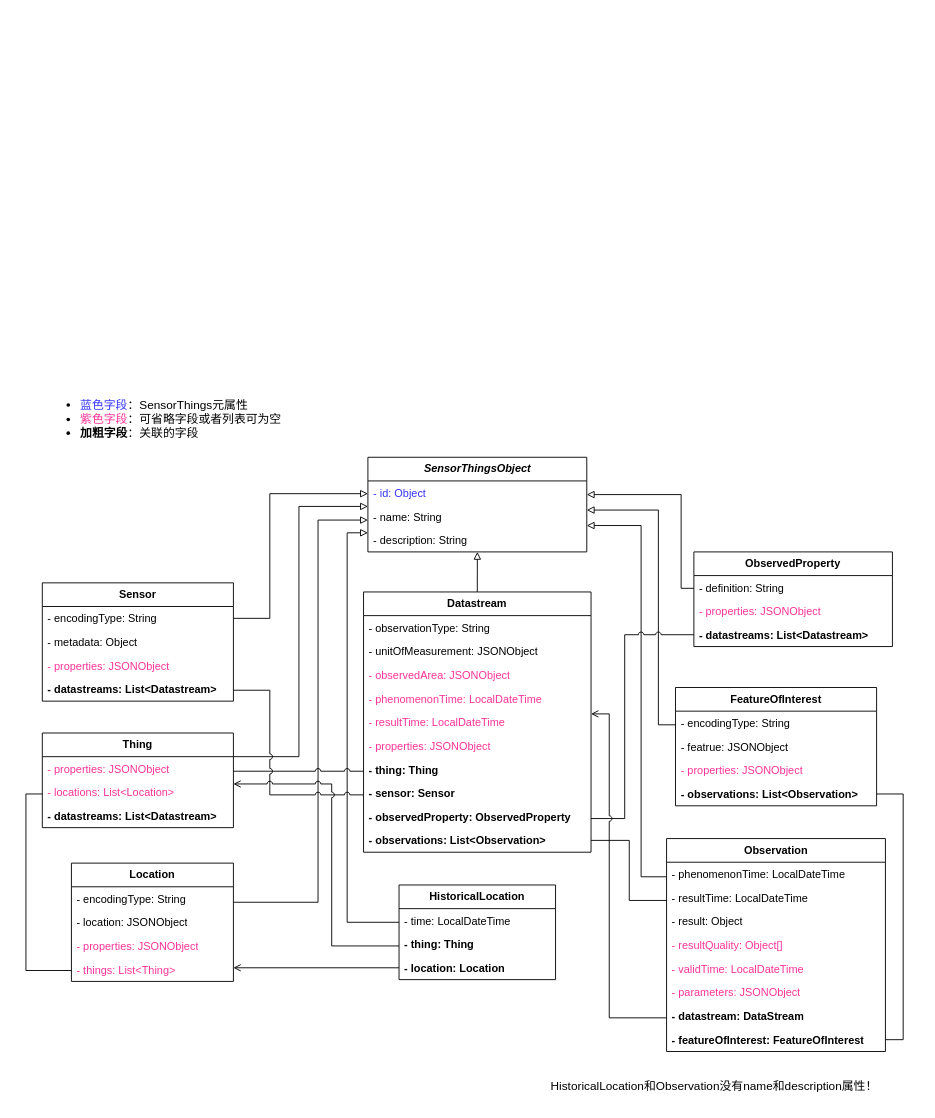
The draw.io diagram page "SensorThings API模型" (1 of 7) of docs/diagram/模型图.dio in hubu-mdzhang/swmm-sensorthings, before the edit. Source tidied: cells renumbered, new cells numbered last; positions are measured from the earlier drawing's top-left corner, leaving out a move shared by most shapes. Both pictures are drawn from the tidied source at 91%, with x=0, y=0 at pixel (25, 379).
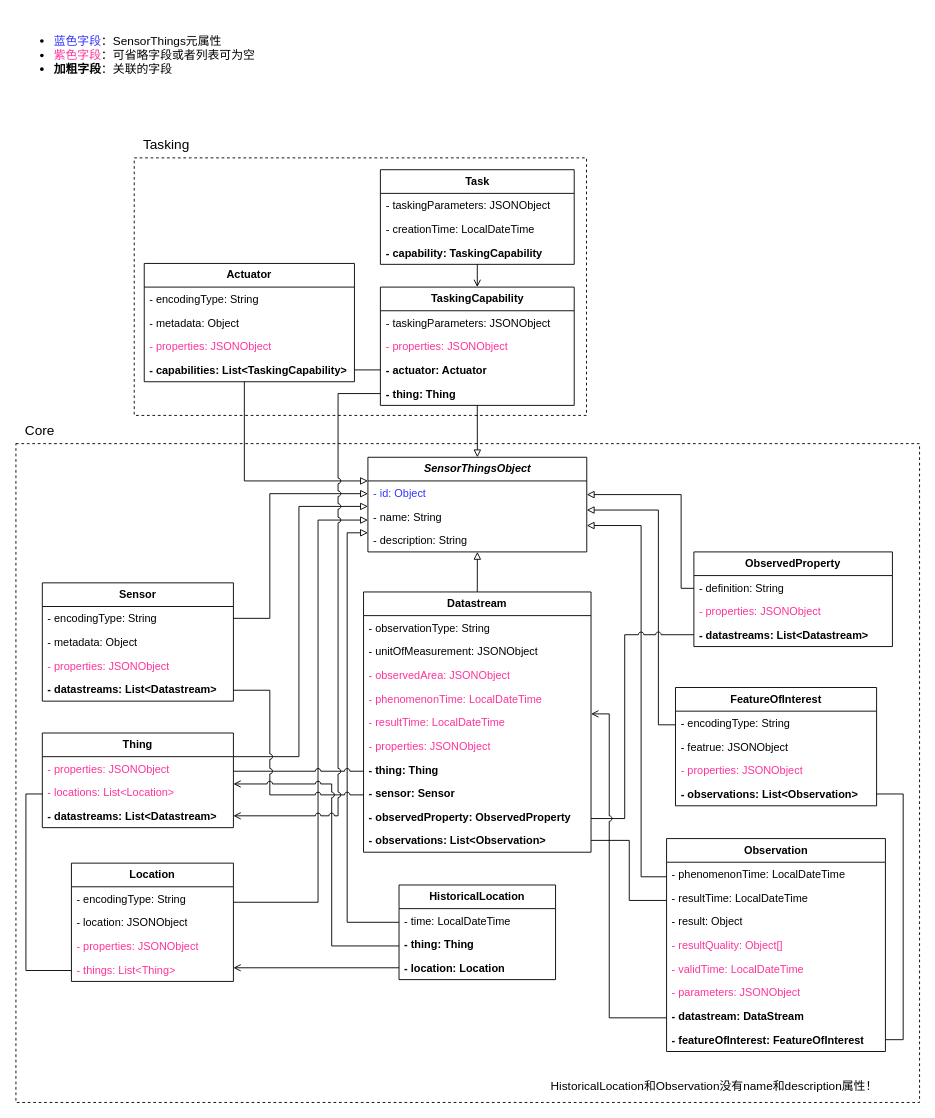
After the change.

The change refers to these unchanged cells:
```xml
<mxCell id="9" value="Thing" style="swimlane;fontStyle=1;horizontal=1;startSize=26;fillColor=none;whiteSpace=wrap;html=1;strokeColor=default;" parent="1" vertex="1">
  <mxGeometry x="18" y="388" width="210" height="104" as="geometry" />
</mxCell>
<mxCell id="58" value="SensorThingsObject" style="swimlane;fontStyle=3;horizontal=1;startSize=26;fillColor=none;whiteSpace=wrap;html=1;strokeColor=default;" parent="1" vertex="1">
  <mxGeometry x="375.8" y="85" width="240.5" height="104" as="geometry" />
</mxCell>
```

Change to the diagram source:
```diff
@@
+    <mxCell id="72" style="rounded=0;whiteSpace=wrap;html=1;dashed=1;" parent="1" vertex="1">
+      <mxGeometry x="119" y="-244" width="497" height="283" as="geometry" />
+    </mxCell>
+    <mxCell id="73" style="rounded=0;whiteSpace=wrap;html=1;dashed=1;" parent="1" vertex="1">
+      <mxGeometry x="-11" y="70" width="993" height="724" as="geometry" />
+    </mxCell>
@@
     <mxCell id="57" value="&lt;ul&gt;&lt;li&gt;&lt;font color=&quot;#3333ff&quot;&gt;蓝色字段&lt;/font&gt;：SensorThings元属性&lt;/li&gt;&lt;li&gt;&lt;font color=&quot;#ff3399&quot;&gt;紫色字段&lt;/font&gt;：可省略字段或者列表可为空&lt;/li&gt;&lt;li&gt;&lt;b&gt;加粗字段&lt;/b&gt;：关联的字段&lt;/li&gt;&lt;/ul&gt;" style="text;html=1;align=left;verticalAlign=middle;strokeColor=none;fillColor=none;fontFamily=Helvetica;fontSize=13;fontColor=default;labelBackgroundColor=default;" parent="1" vertex="1">
-      <mxGeometry x="18" width="279" height="85" as="geometry" />
+      <mxGeometry x="-11" y="-400" width="279" height="85" as="geometry" />
     </mxCell>
@@
+    <mxCell id="74" value="Core" style="text;html=1;align=center;verticalAlign=middle;strokeColor=none;fillColor=none;fontSize=15;" parent="1" vertex="1">
+      <mxGeometry x="-11" y="40" width="51" height="30" as="geometry" />
+    </mxCell>
+    <mxCell id="75" value="Task" style="swimlane;fontStyle=1;horizontal=1;startSize=26;fillColor=none;whiteSpace=wrap;html=1;strokeColor=default;" parent="1" vertex="1">
+      <mxGeometry x="389.5" y="-231" width="213" height="104" as="geometry" />
+    </mxCell>
+    <mxCell id="76" value="- taskingParameters: JSONObject" style="text;align=left;verticalAlign=top;spacingLeft=4;spacingRight=4;overflow=hidden;whiteSpace=wrap;html=1;strokeColor=none;" parent="75" vertex="1">
+      <mxGeometry y="26" width="213" height="26" as="geometry" />
+    </mxCell>
+    <mxCell id="77" value="- creationTime: LocalDateTime" style="text;align=left;verticalAlign=top;spacingLeft=4;spacingRight=4;overflow=hidden;whiteSpace=wrap;html=1;strokeColor=none;" parent="75" vertex="1">
+      <mxGeometry y="52" width="213" height="26" as="geometry" />
+    </mxCell>
+    <mxCell id="78" value="- capability: TaskingCapability" style="text;align=left;verticalAlign=top;spacingLeft=4;spacingRight=4;overflow=hidden;points=[[0,0.5],[1,0.5]];portConstraint=eastwest;whiteSpace=wrap;html=1;strokeColor=none;fontStyle=1;" parent="75" vertex="1">
+      <mxGeometry y="78" width="213" height="26" as="geometry" />
+    </mxCell>
+    <mxCell id="79" style="edgeStyle=orthogonalEdgeStyle;shape=connector;rounded=0;jumpStyle=arc;jettySize=auto;html=1;strokeColor=default;align=center;verticalAlign=middle;fontFamily=Helvetica;fontSize=11;fontColor=default;labelBackgroundColor=default;endArrow=block;endFill=0;" parent="1" edge="1" source="80" target="58">
+      <mxGeometry relative="1" as="geometry" />
+    </mxCell>
+    <mxCell id="80" value="TaskingCapability" style="swimlane;fontStyle=1;horizontal=1;startSize=26;fillColor=none;whiteSpace=wrap;html=1;strokeColor=default;" parent="1" vertex="1">
+      <mxGeometry x="389.5" y="-102" width="213" height="130" as="geometry" />
+    </mxCell>
+    <mxCell id="81" value="- taskingParameters: JSONObject" style="text;align=left;verticalAlign=top;spacingLeft=4;spacingRight=4;overflow=hidden;whiteSpace=wrap;html=1;strokeColor=none;" parent="80" vertex="1">
+      <mxGeometry y="26" width="213" height="26" as="geometry" />
+    </mxCell>
+    <mxCell id="82" value="- properties: JSONObject" style="text;align=left;verticalAlign=top;spacingLeft=4;spacingRight=4;overflow=hidden;whiteSpace=wrap;html=1;strokeColor=none;fontColor=#FF3399;" parent="80" vertex="1">
+      <mxGeometry y="52" width="213" height="26" as="geometry" />
+    </mxCell>
+    <mxCell id="83" value="- actuator: Actuator" style="text;align=left;verticalAlign=top;spacingLeft=4;spacingRight=4;overflow=hidden;points=[[0,0.5],[1,0.5]];portConstraint=eastwest;whiteSpace=wrap;html=1;strokeColor=none;fontStyle=1;" parent="80" vertex="1">
+      <mxGeometry y="78" width="213" height="26" as="geometry" />
+    </mxCell>
+    <mxCell id="84" value="- thing: Thing" style="text;align=left;verticalAlign=top;spacingLeft=4;spacingRight=4;overflow=hidden;points=[[0,0.5],[1,0.5]];portConstraint=eastwest;whiteSpace=wrap;html=1;strokeColor=none;fontStyle=1;" parent="80" vertex="1">
+      <mxGeometry y="104" width="213" height="26" as="geometry" />
+    </mxCell>
+    <mxCell id="85" style="edgeStyle=orthogonalEdgeStyle;shape=connector;rounded=0;jumpStyle=arc;jettySize=auto;html=1;strokeColor=default;align=center;verticalAlign=middle;fontFamily=Helvetica;fontSize=11;fontColor=default;labelBackgroundColor=default;endArrow=block;endFill=0;" parent="1" edge="1" source="86" target="58">
+      <mxGeometry relative="1" as="geometry">
+        <Array as="points">
+          <mxPoint x="240" y="111" />
+        </Array>
+      </mxGeometry>
+    </mxCell>
+    <mxCell id="86" value="Actuator" style="swimlane;fontStyle=1;horizontal=1;startSize=26;fillColor=none;whiteSpace=wrap;html=1;strokeColor=default;" parent="1" vertex="1">
+      <mxGeometry x="130" y="-128" width="231" height="130" as="geometry" />
+    </mxCell>
+    <mxCell id="87" value="- encodingType: String" style="text;align=left;verticalAlign=top;spacingLeft=4;spacingRight=4;overflow=hidden;whiteSpace=wrap;html=1;strokeColor=none;" parent="86" vertex="1">
+      <mxGeometry y="26" width="231" height="26" as="geometry" />
+    </mxCell>
+    <mxCell id="88" value="- metadata: Object" style="text;align=left;verticalAlign=top;spacingLeft=4;spacingRight=4;overflow=hidden;whiteSpace=wrap;html=1;strokeColor=none;" parent="86" vertex="1">
+      <mxGeometry y="52" width="231" height="26" as="geometry" />
+    </mxCell>
+    <mxCell id="89" value="- properties: JSONObject" style="text;align=left;verticalAlign=top;spacingLeft=4;spacingRight=4;overflow=hidden;whiteSpace=wrap;html=1;strokeColor=none;fontColor=#FF3399;" parent="86" vertex="1">
+      <mxGeometry y="78" width="231" height="26" as="geometry" />
+    </mxCell>
+    <mxCell id="90" value="- capabilities: List&amp;lt;TaskingCapability&amp;gt;" style="text;align=left;verticalAlign=top;spacingLeft=4;spacingRight=4;overflow=hidden;whiteSpace=wrap;html=1;strokeColor=none;fontStyle=1;" parent="86" vertex="1">
+      <mxGeometry y="104" width="231" height="26" as="geometry" />
+    </mxCell>
+    <mxCell id="91" style="edgeStyle=orthogonalEdgeStyle;shape=connector;rounded=0;jumpStyle=arc;jettySize=auto;html=1;strokeColor=default;align=center;verticalAlign=middle;fontFamily=Helvetica;fontSize=11;fontColor=default;labelBackgroundColor=default;endArrow=none;endFill=0;startFill=0;" parent="1" edge="1" source="83" target="86">
+      <mxGeometry relative="1" as="geometry">
+        <Array as="points">
+          <mxPoint x="315" y="-11" />
+          <mxPoint x="315" y="-11" />
+        </Array>
+      </mxGeometry>
+    </mxCell>
+    <mxCell id="92" style="edgeStyle=orthogonalEdgeStyle;shape=connector;rounded=0;jumpStyle=arc;jettySize=auto;html=1;strokeColor=default;align=center;verticalAlign=middle;fontFamily=Helvetica;fontSize=11;fontColor=default;labelBackgroundColor=default;endArrow=open;endFill=0;" parent="1" edge="1" source="78" target="80">
+      <mxGeometry relative="1" as="geometry">
+        <Array as="points">
+          <mxPoint x="496" y="-133" />
+          <mxPoint x="496" y="-133" />
+        </Array>
+      </mxGeometry>
+    </mxCell>
+    <mxCell id="93" value="Tasking" style="text;html=1;align=center;verticalAlign=middle;strokeColor=none;fillColor=none;fontSize=15;" parent="1" vertex="1">
+      <mxGeometry x="119" y="-274" width="69" height="30" as="geometry" />
+    </mxCell>
+    <mxCell id="94" style="edgeStyle=orthogonalEdgeStyle;shape=connector;rounded=0;jumpStyle=arc;jettySize=auto;html=1;strokeColor=default;align=center;verticalAlign=middle;fontFamily=Helvetica;fontSize=11;fontColor=default;labelBackgroundColor=default;endArrow=open;endFill=0;" parent="1" edge="1" source="84" target="9">
+      <mxGeometry relative="1" as="geometry">
+        <Array as="points">
+          <mxPoint x="343" y="15" />
+          <mxPoint x="343" y="479" />
+        </Array>
+      </mxGeometry>
+    </mxCell>
```
